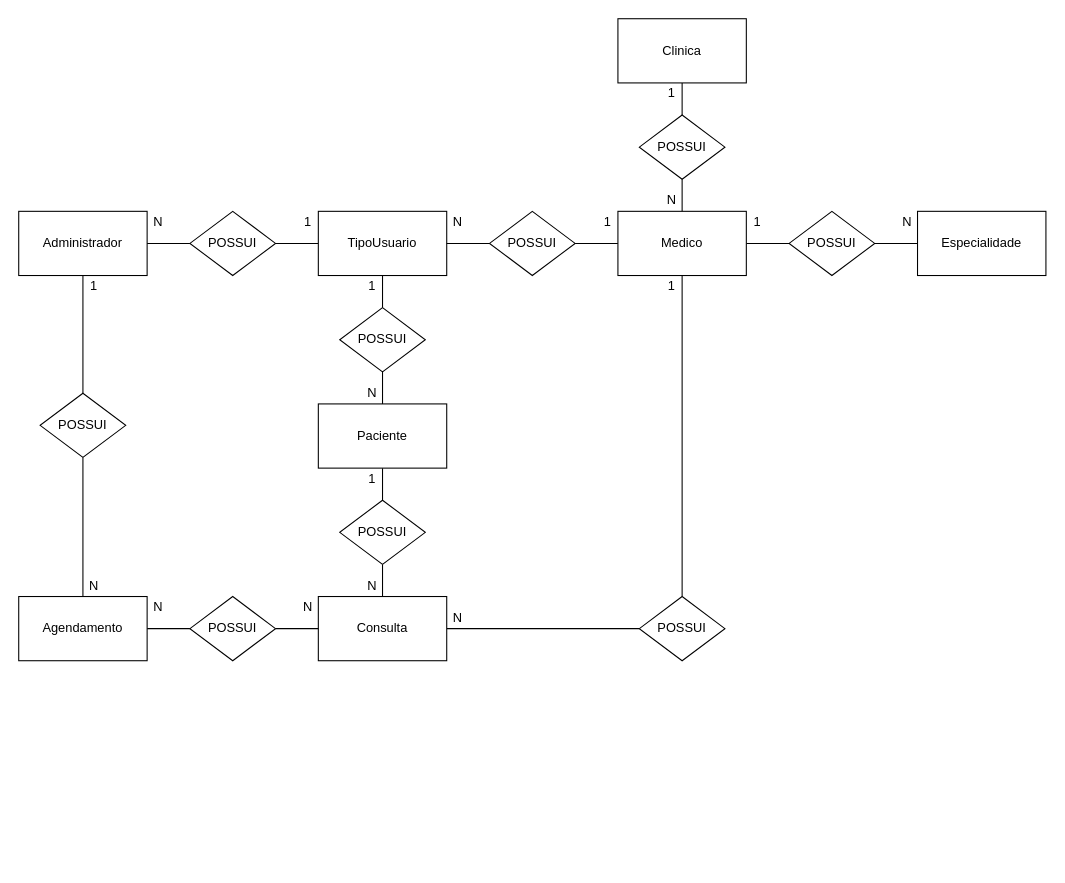
Jurandir-Junior/senai_spmedgroup_sprint1_bd_manha_JurandirJunior keeps this draw.io diagram as page "Conceitual" (1 of 2) of Modelagem/Sp Medical Group.drawio. Above is the earlier version. Source tidied: cells renumbered, new cells numbered last; positions are measured from the earlier drawing's top-left corner, leaving out a move shared by most shapes. Both pictures are drawn from the tidied source at 107%, with x=0, y=0 at pixel (18, 18).
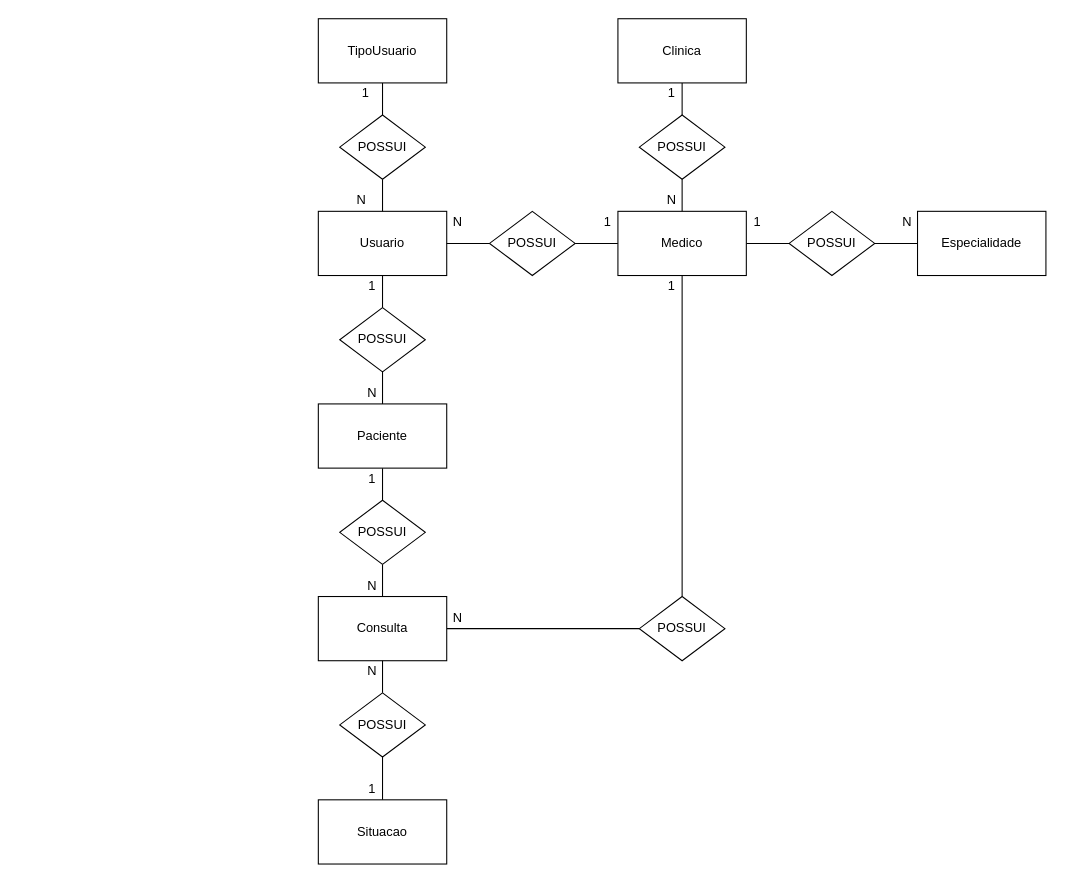
Above is the later version.

Commit message (it also covers changes not shown here):
Ajustes para adiçao de entidade Usuario

Unchanged cells that the change refers to:
```xml
<mxCell id="15" value="Consulta" style="rounded=0;whiteSpace=wrap;html=1;" parent="1" vertex="1">
  <mxGeometry x="280" y="540" width="120" height="60" as="geometry" />
</mxCell>
```

Change to the diagram source:
```diff
@@
-    <mxCell id="2" style="edgeStyle=orthogonalEdgeStyle;rounded=0;jettySize=auto;html=1;endArrow=none;endFill=0;" parent="1" edge="1" source="4" target="25">
-      <mxGeometry relative="1" as="geometry" />
-    </mxCell>
@@
-    <mxCell id="4" value="TipoUsuario" style="rounded=0;whiteSpace=wrap;html=1;" parent="1" vertex="1">
+    <mxCell id="4" value="Usuario" style="rounded=0;whiteSpace=wrap;html=1;" parent="1" vertex="1">
       <mxGeometry x="280" y="180" width="120" height="60" as="geometry" />
     </mxCell>
@@
-    <mxCell id="12" style="edgeStyle=orthogonalEdgeStyle;rounded=0;jettySize=auto;html=1;endArrow=none;endFill=0;" parent="1" edge="1" source="13" target="28">
-      <mxGeometry relative="1" as="geometry" />
-    </mxCell>
-    <mxCell id="13" value="Administrador" style="rounded=0;whiteSpace=wrap;html=1;" parent="1" vertex="1">
-      <mxGeometry y="180" width="120" height="60" as="geometry" />
-    </mxCell>
@@
-    <mxCell id="16" style="edgeStyle=orthogonalEdgeStyle;rounded=0;jettySize=auto;html=1;endArrow=none;endFill=0;" parent="1" edge="1" source="17" target="30">
-      <mxGeometry relative="1" as="geometry" />
-    </mxCell>
-    <mxCell id="17" value="Agendamento" style="rounded=0;whiteSpace=wrap;html=1;" parent="1" vertex="1">
-      <mxGeometry y="540" width="120" height="60" as="geometry" />
-    </mxCell>
@@
-    <mxCell id="24" style="edgeStyle=orthogonalEdgeStyle;rounded=0;jettySize=auto;html=1;endArrow=none;endFill=0;" parent="1" edge="1" source="25" target="13">
-      <mxGeometry relative="1" as="geometry" />
-    </mxCell>
-    <mxCell id="25" value="POSSUI" style="rhombus;whiteSpace=wrap;html=1;" parent="1" vertex="1">
-      <mxGeometry x="160" y="180" width="80" height="60" as="geometry" />
-    </mxCell>
@@
-    <mxCell id="27" style="edgeStyle=orthogonalEdgeStyle;rounded=0;jettySize=auto;html=1;endArrow=none;endFill=0;" parent="1" edge="1" source="28" target="17">
-      <mxGeometry relative="1" as="geometry" />
-    </mxCell>
-    <mxCell id="28" value="POSSUI" style="rhombus;whiteSpace=wrap;html=1;" parent="1" vertex="1">
-      <mxGeometry x="20" y="350" width="80" height="60" as="geometry" />
-    </mxCell>
-    <mxCell id="29" style="edgeStyle=orthogonalEdgeStyle;rounded=0;jettySize=auto;html=1;endArrow=none;endFill=0;" parent="1" edge="1" source="30" target="15">
-      <mxGeometry relative="1" as="geometry" />
-    </mxCell>
-    <mxCell id="30" value="POSSUI" style="rhombus;whiteSpace=wrap;html=1;" parent="1" vertex="1">
-      <mxGeometry x="160" y="540" width="80" height="60" as="geometry" />
-    </mxCell>
@@
-    <mxCell id="39" value="1" style="text;html=1;align=center;verticalAlign=middle;" parent="1" vertex="1">
-      <mxGeometry x="260" y="180" width="20" height="20" as="geometry" />
-    </mxCell>
-    <mxCell id="40" value="N" style="text;html=1;align=center;verticalAlign=middle;" parent="1" vertex="1">
-      <mxGeometry x="120" y="180" width="20" height="20" as="geometry" />
-    </mxCell>
@@
-    <mxCell id="43" value="1" style="text;html=1;align=center;verticalAlign=middle;" parent="1" vertex="1">
-      <mxGeometry x="60" y="240" width="20" height="20" as="geometry" />
-    </mxCell>
-    <mxCell id="44" value="N" style="text;html=1;align=center;verticalAlign=middle;" parent="1" vertex="1">
-      <mxGeometry x="60" y="520" width="20" height="20" as="geometry" />
-    </mxCell>
-    <mxCell id="45" value="N" style="text;html=1;align=center;verticalAlign=middle;" parent="1" vertex="1">
-      <mxGeometry x="120" y="540" width="20" height="20" as="geometry" />
-    </mxCell>
-    <mxCell id="46" value="N" style="text;html=1;align=center;verticalAlign=middle;" parent="1" vertex="1">
-      <mxGeometry x="260" y="540" width="20" height="20" as="geometry" />
-    </mxCell>
@@
+    <mxCell id="55" style="edgeStyle=orthogonalEdgeStyle;rounded=0;jettySize=auto;html=1;endArrow=none;endFill=0;" parent="1" edge="1" source="56" target="58">
+      <mxGeometry relative="1" as="geometry" />
+    </mxCell>
+    <mxCell id="56" value="TipoUsuario" style="rounded=0;whiteSpace=wrap;html=1;" parent="1" vertex="1">
+      <mxGeometry x="280" width="120" height="60" as="geometry" />
+    </mxCell>
+    <mxCell id="57" style="edgeStyle=orthogonalEdgeStyle;rounded=0;jettySize=auto;html=1;endArrow=none;endFill=0;" parent="1" edge="1" source="58" target="4">
+      <mxGeometry relative="1" as="geometry" />
+    </mxCell>
+    <mxCell id="58" value="POSSUI" style="rhombus;whiteSpace=wrap;html=1;" parent="1" vertex="1">
+      <mxGeometry x="300" y="90" width="80" height="60" as="geometry" />
+    </mxCell>
+    <mxCell id="59" value="1" style="text;html=1;align=center;verticalAlign=middle;" parent="1" vertex="1">
+      <mxGeometry x="314" y="60" width="20" height="20" as="geometry" />
+    </mxCell>
+    <mxCell id="60" value="N" style="text;html=1;align=center;verticalAlign=middle;" parent="1" vertex="1">
+      <mxGeometry x="310" y="160" width="20" height="20" as="geometry" />
+    </mxCell>
+    <mxCell id="61" style="edgeStyle=elbowEdgeStyle;rounded=0;jettySize=auto;html=1;endArrow=none;endFill=0;strokeColor=#000000;" parent="1" edge="1" source="62" target="64">
+      <mxGeometry relative="1" as="geometry" />
+    </mxCell>
+    <mxCell id="62" value="Situacao" style="rounded=0;whiteSpace=wrap;html=1;" parent="1" vertex="1">
+      <mxGeometry x="280" y="730" width="120" height="60" as="geometry" />
+    </mxCell>
+    <mxCell id="63" style="edgeStyle=elbowEdgeStyle;rounded=0;jettySize=auto;html=1;endArrow=none;endFill=0;strokeColor=#000000;" parent="1" edge="1" source="64" target="15">
+      <mxGeometry relative="1" as="geometry" />
+    </mxCell>
+    <mxCell id="64" value="POSSUI" style="rhombus;whiteSpace=wrap;html=1;" parent="1" vertex="1">
+      <mxGeometry x="300" y="630" width="80" height="60" as="geometry" />
+    </mxCell>
+    <mxCell id="65" value="1" style="text;html=1;align=center;verticalAlign=middle;" parent="1" vertex="1">
+      <mxGeometry x="320" y="710" width="20" height="20" as="geometry" />
+    </mxCell>
+    <mxCell id="66" value="N" style="text;html=1;align=center;verticalAlign=middle;" parent="1" vertex="1">
+      <mxGeometry x="320" y="600" width="20" height="20" as="geometry" />
+    </mxCell>
```
